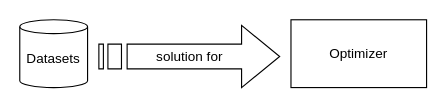
Earlier version of the draw.io diagram page "第 2 页" (2 of 5) of 優化器模擬器互動.drawio (lai20021015/Automobile-energy-consumption-detector). Source tidied: cells renumbered, new cells numbered last; positions are measured from the earlier drawing's top-left corner, leaving out a move shared by most shapes. Both pictures are drawn from the tidied source at 113%, with x=0, y=0 at pixel (19, 19).
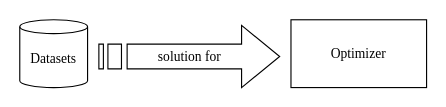
Above is the later version.

Diff of the diagram source:
```diff
@@
 <mxGraphModel>
   <root>
     <mxCell id="0" />
     <mxCell id="1" parent="0" />
-    <mxCell id="2" value="Datasets" style="shape=cylinder3;whiteSpace=wrap;html=1;boundedLbl=1;backgroundOutline=1;size=6.10344827586232;" parent="1" vertex="1">
+    <mxCell id="2" value="Datasets" style="shape=cylinder3;whiteSpace=wrap;html=1;boundedLbl=1;backgroundOutline=1;size=6.10344827586232;fontFamily=Times New Roman;" parent="1" vertex="1">
       <mxGeometry width="60" height="60" as="geometry" />
     </mxCell>
-    <mxCell id="3" value="Optimizer" style="rounded=0;whiteSpace=wrap;html=1;" parent="1" vertex="1">
+    <mxCell id="3" value="Optimizer" style="rounded=0;whiteSpace=wrap;html=1;fontFamily=Times New Roman;" parent="1" vertex="1">
       <mxGeometry x="240" width="120" height="60" as="geometry" />
     </mxCell>
-    <mxCell id="4" value="solution for" style="html=1;shadow=0;dashed=0;align=center;verticalAlign=middle;shape=mxgraph.arrows2.stripedArrow;dy=0.6;dx=33.71;notch=25;" parent="1" vertex="1">
+    <mxCell id="4" value="solution for" style="html=1;shadow=0;dashed=0;align=center;verticalAlign=middle;shape=mxgraph.arrows2.stripedArrow;dy=0.6;dx=33.71;notch=25;fontFamily=Times New Roman;" parent="1" vertex="1">
       <mxGeometry x="70" y="5" width="160" height="55" as="geometry" />
     </mxCell>
   </root>
 </mxGraphModel>
```
